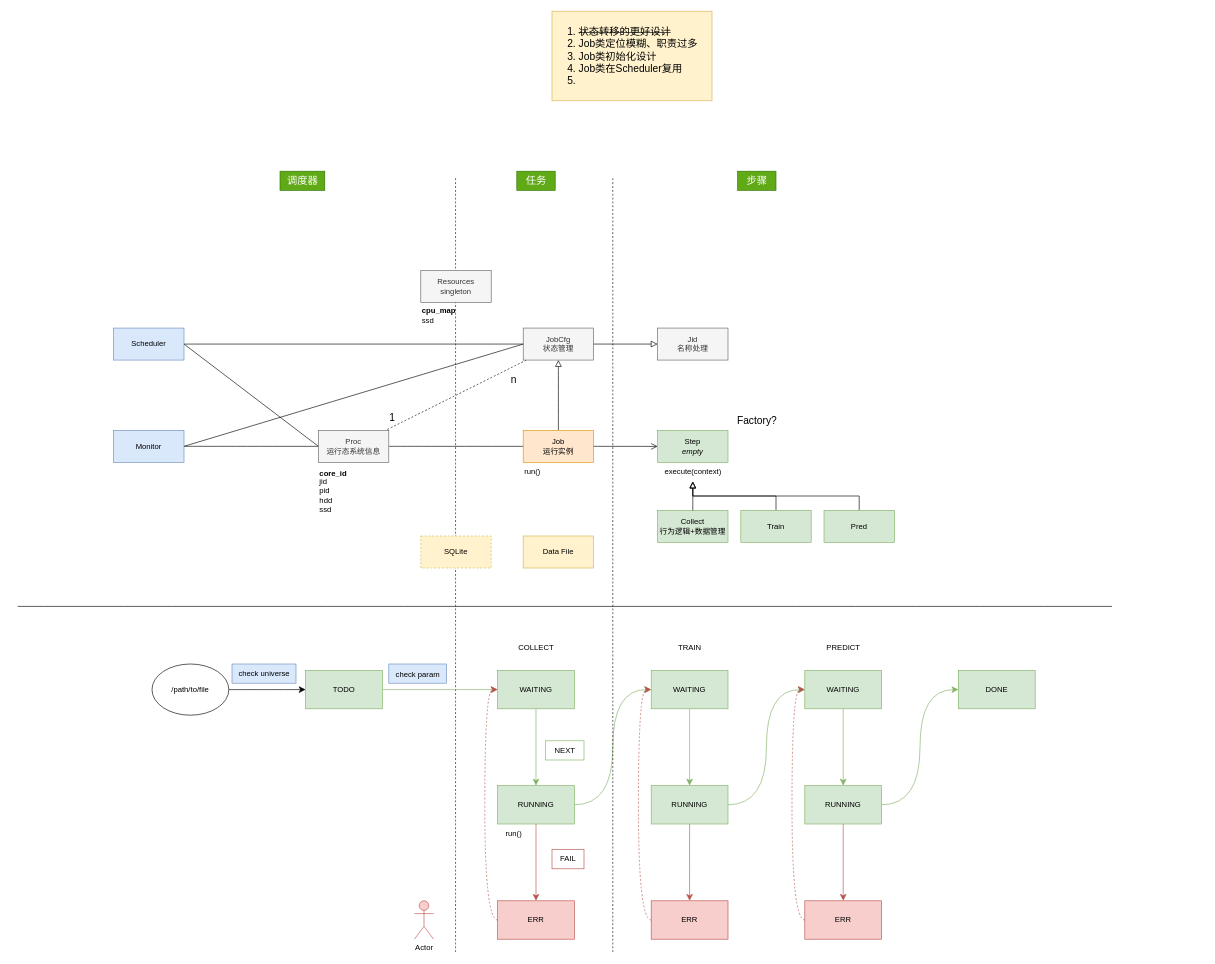
Above: practice.drawio in mistyeye11/drawio (draw.io), before the change. Source tidied: cells renumbered, new cells numbered last; positions are measured from the earlier drawing's top-left corner, leaving out a move shared by most shapes. Both pictures are drawn from the tidied source at 64%, with x=0, y=0 at pixel (17, 11).
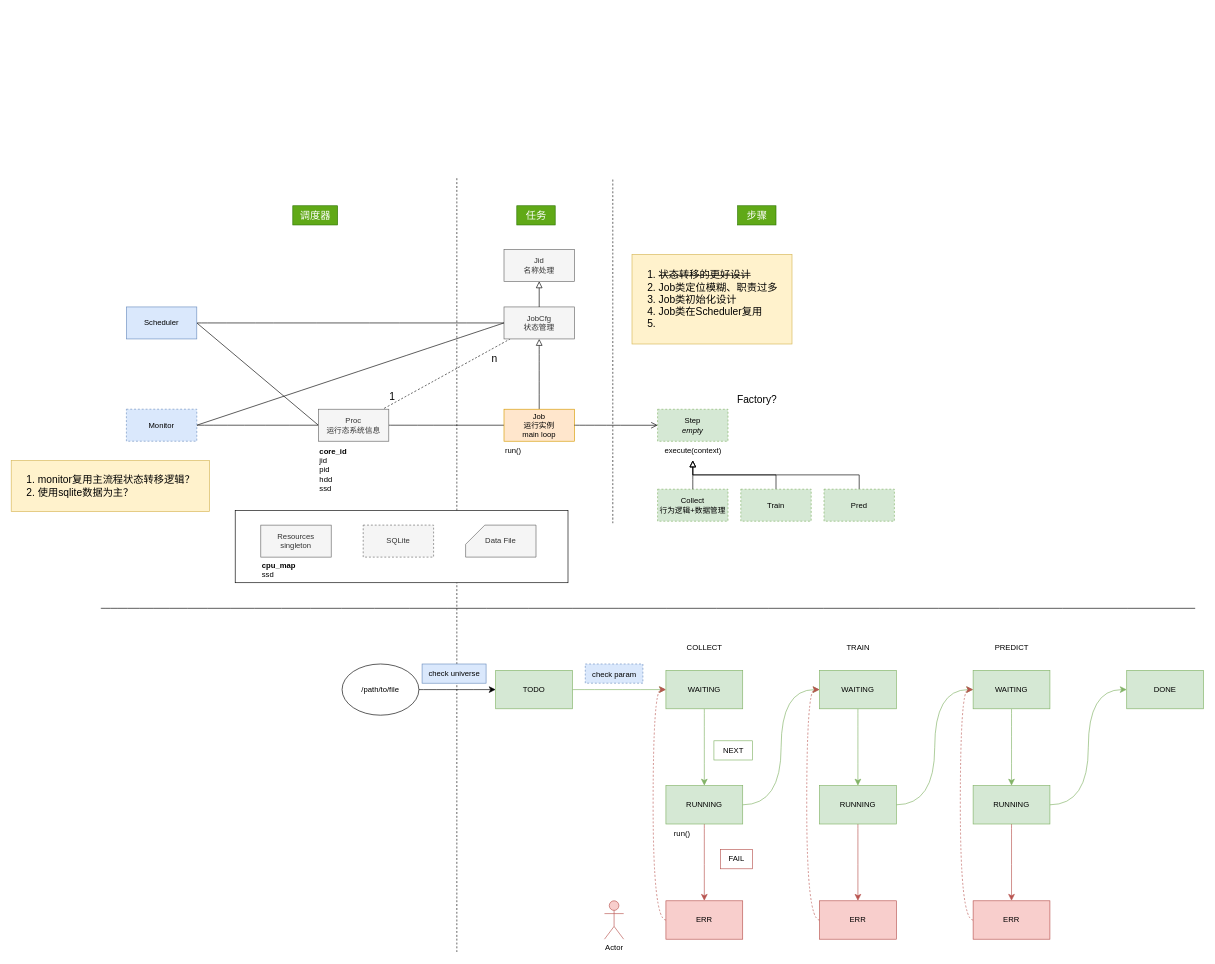
The same page after the edit.

What changed in the source:
```diff
@@
     <mxCell id="2" style="endArrow=none;dashed=1;html=1;rounded=0;fontSize=12;startSize=8;endSize=8;curved=1;" parent="1" edge="1">
       <mxGeometry relative="1" as="geometry">
-        <mxPoint x="684.3" y="1470" as="sourcePoint" />
-        <mxPoint x="684.3" y="260" as="targetPoint" />
+        <mxPoint x="686.3" y="1470" as="sourcePoint" />
+        <mxPoint x="686.3" y="260" as="targetPoint" />
       </mxGeometry>
     </mxCell>
@@
     <mxCell id="6" value="&lt;div&gt;JobCfg&lt;/div&gt;&lt;div&gt;状态管理&lt;/div&gt;" style="html=1;whiteSpace=wrap;fillColor=#f5f5f5;strokeColor=#666666;fontColor=#333333;" parent="1" vertex="1">
-      <mxGeometry x="790" y="495.1" width="110" height="50" as="geometry" />
+      <mxGeometry x="760" y="462.1" width="110" height="50" as="geometry" />
     </mxCell>
@@
     <mxCell id="8" value="&lt;div&gt;Jid&lt;/div&gt;&lt;div&gt;名称处理&lt;br&gt;&lt;/div&gt;" style="html=1;whiteSpace=wrap;fillColor=#f5f5f5;fontColor=#333333;strokeColor=#666666;" parent="1" vertex="1">
-      <mxGeometry x="1000" y="495.1" width="110" height="50" as="geometry" />
+      <mxGeometry x="760" y="372.1" width="110" height="50" as="geometry" />
     </mxCell>
@@
     <mxCell id="12" value="&lt;div&gt;Scheduler&lt;/div&gt;" style="html=1;whiteSpace=wrap;fillColor=#dae8fc;strokeColor=#6c8ebf;" parent="1" vertex="1">
-      <mxGeometry x="150" y="495.1" width="110" height="50" as="geometry" />
+      <mxGeometry x="170" y="462.1" width="110" height="50" as="geometry" />
     </mxCell>
@@
-    <mxCell id="14" value="Monitor" style="html=1;whiteSpace=wrap;fillColor=#dae8fc;strokeColor=#6c8ebf;" parent="1" vertex="1">
-      <mxGeometry x="150" y="654.9" width="110" height="50" as="geometry" />
+    <mxCell id="14" value="Monitor" style="html=1;whiteSpace=wrap;fillColor=#dae8fc;strokeColor=#6c8ebf;dashed=1;" parent="1" vertex="1">
+      <mxGeometry x="170" y="621.9" width="110" height="50" as="geometry" />
     </mxCell>
@@
     <mxCell id="16" value="TODO" style="rounded=0;whiteSpace=wrap;html=1;fillColor=#d5e8d4;strokeColor=#82b366;" parent="1" vertex="1">
-      <mxGeometry x="450" y="1030" width="120" height="60" as="geometry" />
+      <mxGeometry x="747" y="1030" width="120" height="60" as="geometry" />
     </mxCell>
@@
     <mxCell id="18" value="&lt;div&gt;WAITING&lt;/div&gt;" style="rounded=0;whiteSpace=wrap;html=1;fillColor=#d5e8d4;strokeColor=#82b366;" parent="1" vertex="1">
-      <mxGeometry x="750" y="1030" width="120" height="60" as="geometry" />
+      <mxGeometry x="1013" y="1030" width="120" height="60" as="geometry" />
     </mxCell>
@@
     <mxCell id="20" value="RUNNING" style="rounded=0;whiteSpace=wrap;html=1;fillColor=#d5e8d4;strokeColor=#82b366;" parent="1" vertex="1">
-      <mxGeometry x="750" y="1210" width="120" height="60" as="geometry" />
+      <mxGeometry x="1013" y="1210" width="120" height="60" as="geometry" />
     </mxCell>
@@
     <mxCell id="22" value="ERR" style="rounded=0;whiteSpace=wrap;html=1;fillColor=#f8cecc;strokeColor=#b85450;" parent="1" vertex="1">
-      <mxGeometry x="750" y="1390" width="120" height="60" as="geometry" />
+      <mxGeometry x="1013" y="1390" width="120" height="60" as="geometry" />
     </mxCell>
@@
     <mxCell id="24" value="&lt;div&gt;WAITING&lt;/div&gt;" style="rounded=0;whiteSpace=wrap;html=1;fillColor=#d5e8d4;strokeColor=#82b366;" parent="1" vertex="1">
-      <mxGeometry x="990" y="1030" width="120" height="60" as="geometry" />
+      <mxGeometry x="1253" y="1030" width="120" height="60" as="geometry" />
     </mxCell>
@@
     <mxCell id="26" value="&lt;div&gt;WAITING&lt;/div&gt;" style="rounded=0;whiteSpace=wrap;html=1;fillColor=#d5e8d4;strokeColor=#82b366;" parent="1" vertex="1">
-      <mxGeometry x="1230" y="1030" width="120" height="60" as="geometry" />
+      <mxGeometry x="1493" y="1030" width="120" height="60" as="geometry" />
     </mxCell>
     <mxCell id="27" value="DONE" style="rounded=0;whiteSpace=wrap;html=1;fillColor=#d5e8d4;strokeColor=#82b366;" parent="1" vertex="1">
-      <mxGeometry x="1470" y="1030" width="120" height="60" as="geometry" />
+      <mxGeometry x="1733" y="1030" width="120" height="60" as="geometry" />
     </mxCell>
@@
     <mxCell id="30" value="RUNNING" style="rounded=0;whiteSpace=wrap;html=1;fillColor=#d5e8d4;strokeColor=#82b366;" parent="1" vertex="1">
-      <mxGeometry x="990" y="1210" width="120" height="60" as="geometry" />
+      <mxGeometry x="1253" y="1210" width="120" height="60" as="geometry" />
     </mxCell>
@@
     <mxCell id="33" value="RUNNING" style="rounded=0;whiteSpace=wrap;html=1;fillColor=#d5e8d4;strokeColor=#82b366;" parent="1" vertex="1">
-      <mxGeometry x="1230" y="1210" width="120" height="60" as="geometry" />
+      <mxGeometry x="1493" y="1210" width="120" height="60" as="geometry" />
     </mxCell>
     <mxCell id="34" value="ERR" style="rounded=0;whiteSpace=wrap;html=1;fillColor=#f8cecc;strokeColor=#b85450;" parent="1" vertex="1">
-      <mxGeometry x="990" y="1390" width="120" height="60" as="geometry" />
+      <mxGeometry x="1253" y="1390" width="120" height="60" as="geometry" />
     </mxCell>
@@
     <mxCell id="36" value="ERR" style="rounded=0;whiteSpace=wrap;html=1;fillColor=#f8cecc;strokeColor=#b85450;" parent="1" vertex="1">
-      <mxGeometry x="1230" y="1390" width="120" height="60" as="geometry" />
+      <mxGeometry x="1493" y="1390" width="120" height="60" as="geometry" />
     </mxCell>
     <mxCell id="37" value="TRAIN" style="text;html=1;align=center;verticalAlign=middle;strokeColor=none;fillColor=none;fontSize=12;" parent="1" vertex="1">
-      <mxGeometry x="1020" y="980" width="60" height="30" as="geometry" />
+      <mxGeometry x="1283" y="980" width="60" height="30" as="geometry" />
     </mxCell>
     <mxCell id="38" value="COLLECT" style="text;html=1;align=center;verticalAlign=middle;strokeColor=none;fillColor=none;fontSize=12;" parent="1" vertex="1">
-      <mxGeometry x="770" y="980" width="80" height="30" as="geometry" />
+      <mxGeometry x="1033" y="980" width="80" height="30" as="geometry" />
     </mxCell>
     <mxCell id="39" value="PREDICT" style="text;html=1;align=center;verticalAlign=middle;strokeColor=none;fillColor=none;fontSize=12;" parent="1" vertex="1">
-      <mxGeometry x="1250" y="980" width="80" height="30" as="geometry" />
+      <mxGeometry x="1513" y="980" width="80" height="30" as="geometry" />
     </mxCell>
-    <mxCell id="40" value="&lt;font style=&quot;font-size: 12px;&quot;&gt;check param&lt;br&gt;&lt;/font&gt;" style="text;html=1;align=center;verticalAlign=middle;strokeColor=#6c8ebf;fillColor=#dae8fc;fontSize=16;" parent="1" vertex="1">
-      <mxGeometry x="580" y="1020" width="90" height="30" as="geometry" />
+    <mxCell id="40" value="&lt;font style=&quot;font-size: 12px;&quot;&gt;check param&lt;br&gt;&lt;/font&gt;" style="text;html=1;align=center;verticalAlign=middle;strokeColor=#6c8ebf;fillColor=#dae8fc;fontSize=16;dashed=1;" parent="1" vertex="1">
+      <mxGeometry x="887" y="1020" width="90" height="30" as="geometry" />
     </mxCell>
@@
     <mxCell id="42" value="/path/to/file" style="ellipse;whiteSpace=wrap;html=1;" parent="1" vertex="1">
-      <mxGeometry x="210" y="1020" width="120" height="80" as="geometry" />
+      <mxGeometry x="507" y="1020" width="120" height="80" as="geometry" />
     </mxCell>
     <mxCell id="43" value="check universe" style="text;html=1;align=center;verticalAlign=middle;fontSize=12;fillColor=#dae8fc;strokeColor=#6c8ebf;" parent="1" vertex="1">
-      <mxGeometry x="335" y="1020" width="100" height="30" as="geometry" />
+      <mxGeometry x="632" y="1020" width="100" height="30" as="geometry" />
     </mxCell>
     <mxCell id="44" value="Actor" style="shape=umlActor;verticalLabelPosition=bottom;verticalAlign=top;html=1;fillColor=#f8cecc;strokeColor=#b85450;" parent="1" vertex="1">
-      <mxGeometry x="620" y="1390" width="30" height="60" as="geometry" />
+      <mxGeometry x="917" y="1390" width="30" height="60" as="geometry" />
     </mxCell>
@@
     <mxCell id="47" value="&lt;div align=&quot;left&quot;&gt;&lt;ol&gt;&lt;li&gt;&lt;strike&gt;状态转移的更好设计&lt;/strike&gt;&lt;/li&gt;&lt;li&gt;Job类定位模糊、职责过多&lt;/li&gt;&lt;li&gt;Job类初始化设计&lt;br&gt;&lt;/li&gt;&lt;li&gt;Job类在Scheduler复用&lt;/li&gt;&lt;li&gt;&lt;br&gt;&lt;/li&gt;&lt;/ol&gt;&lt;/div&gt;" style="text;html=1;align=left;verticalAlign=middle;strokeColor=#d6b656;fillColor=#fff2cc;fontSize=16;" parent="1" vertex="1">
-      <mxGeometry x="835" width="250" height="140" as="geometry" />
+      <mxGeometry x="960" y="380" width="250" height="140" as="geometry" />
     </mxCell>
     <mxCell id="48" value="调度器" style="text;html=1;align=center;verticalAlign=middle;strokeColor=#2D7600;fillColor=#60a917;fontSize=16;fontColor=#ffffff;" parent="1" vertex="1">
-      <mxGeometry x="410" y="250" width="70" height="30" as="geometry" />
+      <mxGeometry x="430" y="304" width="70" height="30" as="geometry" />
     </mxCell>
     <mxCell id="49" value="任务" style="text;html=1;align=center;verticalAlign=middle;strokeColor=#2D7600;fillColor=#60a917;fontSize=16;fontColor=#ffffff;" parent="1" vertex="1">
-      <mxGeometry x="780" y="250" width="60" height="30" as="geometry" />
+      <mxGeometry x="780" y="304" width="60" height="30" as="geometry" />
     </mxCell>
-    <mxCell id="50" style="group;" parent="1" vertex="1">
-      <mxGeometry x="630" y="405.1" width="110" height="90" as="geometry" />
-    </mxCell>
-    <mxCell id="51" value="Resources&lt;br&gt;&lt;div&gt;singleton&lt;br&gt;&lt;/div&gt;" style="html=1;whiteSpace=wrap;fillColor=#f5f5f5;strokeColor=#666666;fontColor=#333333;" parent="50" vertex="1">
-      <mxGeometry width="110" height="50" as="geometry" />
-    </mxCell>
-    <mxCell id="52" value="&lt;div style=&quot;font-size: 12px;&quot;&gt;&lt;b&gt;cpu_map&lt;/b&gt;&lt;/div&gt;&lt;div style=&quot;font-size: 12px;&quot;&gt;ssd&lt;br style=&quot;font-size: 12px;&quot;&gt;&lt;/div&gt;" style="text;html=1;align=left;verticalAlign=middle;strokeColor=none;fillColor=none;fontSize=12;" parent="50" vertex="1">
-      <mxGeometry y="50" width="80" height="40" as="geometry" />
-    </mxCell>
     <mxCell id="53" style="group;" parent="1" vertex="1">
-      <mxGeometry x="470" y="654.9" width="110" height="140" as="geometry" />
+      <mxGeometry x="470" y="621.9" width="110" height="140" as="geometry" />
     </mxCell>
@@
     <mxCell id="56" style="group;" parent="1" vertex="1">
-      <mxGeometry x="790" y="654.9" width="110" height="80" as="geometry" />
+      <mxGeometry x="760" y="621.9" width="110" height="80" as="geometry" />
     </mxCell>
-    <mxCell id="57" value="&lt;div&gt;Job&lt;/div&gt;&lt;div&gt;运行实例&lt;br&gt;&lt;/div&gt;" style="html=1;whiteSpace=wrap;fillColor=#ffe6cc;strokeColor=#d79b00;" parent="56" vertex="1">
+    <mxCell id="57" value="&lt;div&gt;Job&lt;/div&gt;&lt;div&gt;运行实例&lt;/div&gt;&lt;div&gt;main loop&lt;br&gt;&lt;/div&gt;" style="html=1;whiteSpace=wrap;fillColor=#ffe6cc;strokeColor=#d79b00;" parent="56" vertex="1">
       <mxGeometry width="110" height="50" as="geometry" />
     </mxCell>
@@
     <mxCell id="59" value="NEXT" style="text;html=1;align=center;verticalAlign=middle;strokeColor=#82b366;fillColor=none;fontSize=12;" parent="1" vertex="1">
-      <mxGeometry x="825" y="1140" width="60" height="30" as="geometry" />
+      <mxGeometry x="1088" y="1140" width="60" height="30" as="geometry" />
     </mxCell>
     <mxCell id="60" value="FAIL" style="text;html=1;align=center;verticalAlign=middle;strokeColor=#b85450;fillColor=none;fontSize=12;" parent="1" vertex="1">
-      <mxGeometry x="835" y="1310" width="50" height="30" as="geometry" />
+      <mxGeometry x="1098" y="1310" width="50" height="30" as="geometry" />
     </mxCell>
     <mxCell id="61" value="run()" style="text;html=1;align=center;verticalAlign=middle;strokeColor=none;fillColor=none;fontSize=12;" parent="1" vertex="1">
-      <mxGeometry x="750" y="1270" width="50" height="30" as="geometry" />
+      <mxGeometry x="1013" y="1270" width="50" height="30" as="geometry" />
     </mxCell>
-    <mxCell id="62" value="Data File" style="html=1;whiteSpace=wrap;fillColor=#fff2cc;strokeColor=#d6b656;" parent="1" vertex="1">
-      <mxGeometry x="790" y="820" width="110" height="50" as="geometry" />
-    </mxCell>
-    <mxCell id="63" value="SQLite" style="html=1;whiteSpace=wrap;fillColor=#fff2cc;strokeColor=#d6b656;dashed=1;" parent="1" vertex="1">
-      <mxGeometry x="630" y="820" width="110" height="50" as="geometry" />
-    </mxCell>
     <mxCell id="64" value="1" style="text;html=1;align=center;verticalAlign=middle;strokeColor=none;fillColor=none;fontSize=16;" parent="1" vertex="1">
-      <mxGeometry x="570" y="620" width="30" height="30" as="geometry" />
+      <mxGeometry x="570" y="587" width="30" height="30" as="geometry" />
     </mxCell>
     <mxCell id="65" value="n" style="text;html=1;align=center;verticalAlign=middle;strokeColor=none;fillColor=none;fontSize=16;" parent="1" vertex="1">
-      <mxGeometry x="760" y="560" width="30" height="30" as="geometry" />
+      <mxGeometry x="730" y="527" width="30" height="30" as="geometry" />
     </mxCell>
     <mxCell id="66" style="endArrow=none;html=1;rounded=0;fontSize=12;startSize=8;endSize=8;curved=1;" parent="1" edge="1">
       <mxGeometry relative="1" as="geometry">
-        <mxPoint y="930" as="sourcePoint" />
-        <mxPoint x="1710" y="930" as="targetPoint" />
+        <mxPoint x="130" y="933" as="sourcePoint" />
+        <mxPoint x="1840" y="933" as="targetPoint" />
       </mxGeometry>
     </mxCell>
-    <mxCell id="67" style="group;" parent="1" vertex="1">
-      <mxGeometry x="1000" y="655" width="110" height="80" as="geometry" />
+    <mxCell id="67" style="group;dashed=1;" parent="1" vertex="1">
+      <mxGeometry x="1000" y="622" width="110" height="80" as="geometry" />
     </mxCell>
-    <mxCell id="68" value="&lt;div&gt;Step&lt;/div&gt;&lt;div&gt;&lt;i&gt;empty&lt;/i&gt;&lt;/div&gt;" style="html=1;whiteSpace=wrap;fillColor=#d5e8d4;strokeColor=#82b366;" parent="67" vertex="1">
+    <mxCell id="68" value="&lt;div&gt;Step&lt;/div&gt;&lt;div&gt;&lt;i&gt;empty&lt;/i&gt;&lt;/div&gt;" style="html=1;whiteSpace=wrap;fillColor=#d5e8d4;strokeColor=#82b366;dashed=1;" parent="67" vertex="1">
       <mxGeometry width="110" height="50" as="geometry" />
     </mxCell>
@@
-    <mxCell id="70" value="&lt;div&gt;Collect&lt;/div&gt;&lt;div&gt;行为逻辑+数据管理&lt;br&gt;&lt;/div&gt;" style="html=1;whiteSpace=wrap;fillColor=#d5e8d4;strokeColor=#82b366;" parent="1" vertex="1">
-      <mxGeometry x="1000" y="779.9" width="110" height="50" as="geometry" />
+    <mxCell id="70" value="&lt;div&gt;Collect&lt;/div&gt;&lt;div&gt;行为逻辑+数据管理&lt;br&gt;&lt;/div&gt;" style="html=1;whiteSpace=wrap;fillColor=#d5e8d4;strokeColor=#82b366;dashed=1;" parent="1" vertex="1">
+      <mxGeometry x="1000" y="746.9" width="110" height="50" as="geometry" />
     </mxCell>
@@
-    <mxCell id="72" value="Train" style="html=1;whiteSpace=wrap;fillColor=#d5e8d4;strokeColor=#82b366;" parent="1" vertex="1">
-      <mxGeometry x="1130" y="779.9" width="110" height="50" as="geometry" />
+    <mxCell id="72" value="Train" style="html=1;whiteSpace=wrap;fillColor=#d5e8d4;strokeColor=#82b366;dashed=1;" parent="1" vertex="1">
+      <mxGeometry x="1130" y="746.9" width="110" height="50" as="geometry" />
     </mxCell>
@@
-    <mxCell id="74" value="Pred" style="html=1;whiteSpace=wrap;fillColor=#d5e8d4;strokeColor=#82b366;" parent="1" vertex="1">
-      <mxGeometry x="1260" y="779.9" width="110" height="50" as="geometry" />
+    <mxCell id="74" value="Pred" style="html=1;whiteSpace=wrap;fillColor=#d5e8d4;strokeColor=#82b366;dashed=1;" parent="1" vertex="1">
+      <mxGeometry x="1260" y="746.9" width="110" height="50" as="geometry" />
     </mxCell>
@@
     <mxCell id="76" value="&lt;div&gt;Factory?&lt;/div&gt;" style="text;html=1;align=center;verticalAlign=middle;strokeColor=none;fillColor=none;fontSize=16;" parent="1" vertex="1">
-      <mxGeometry x="1110" y="625" width="90" height="30" as="geometry" />
+      <mxGeometry x="1110" y="592" width="90" height="30" as="geometry" />
     </mxCell>
     <mxCell id="77" style="endArrow=none;dashed=1;html=1;rounded=0;fontSize=12;startSize=8;endSize=8;curved=1;" parent="1" edge="1">
       <mxGeometry relative="1" as="geometry">
-        <mxPoint x="930" y="1470" as="sourcePoint" />
+        <mxPoint x="930" y="800" as="sourcePoint" />
         <mxPoint x="930" y="260" as="targetPoint" />
       </mxGeometry>
     </mxCell>
@@
     <mxCell id="79" value="步骤" style="text;html=1;align=center;verticalAlign=middle;strokeColor=#2D7600;fillColor=#60a917;fontSize=16;fontColor=#ffffff;" parent="1" vertex="1">
-      <mxGeometry x="1125" y="250" width="60" height="30" as="geometry" />
+      <mxGeometry x="1125" y="304" width="60" height="30" as="geometry" />
     </mxCell>
+    <mxCell id="80" style="group;" parent="1" vertex="1">
+      <mxGeometry x="340" y="780" width="520" height="113" as="geometry" />
+    </mxCell>
+    <mxCell id="81" style="rounded=0;whiteSpace=wrap;html=1;" parent="80" vertex="1">
+      <mxGeometry width="520" height="113" as="geometry" />
+    </mxCell>
+    <mxCell id="50" style="group;" parent="80" vertex="1">
+      <mxGeometry x="40" y="23" width="110" height="90" as="geometry" />
+    </mxCell>
+    <mxCell id="51" value="Resources&lt;br&gt;&lt;div&gt;singleton&lt;br&gt;&lt;/div&gt;" style="html=1;whiteSpace=wrap;fillColor=#f5f5f5;strokeColor=#666666;fontColor=#333333;" parent="50" vertex="1">
+      <mxGeometry width="110" height="50" as="geometry" />
+    </mxCell>
+    <mxCell id="52" value="&lt;div style=&quot;font-size: 12px;&quot;&gt;&lt;b&gt;cpu_map&lt;/b&gt;&lt;/div&gt;&lt;div style=&quot;font-size: 12px;&quot;&gt;ssd&lt;br style=&quot;font-size: 12px;&quot;&gt;&lt;/div&gt;" style="text;html=1;align=left;verticalAlign=middle;strokeColor=none;fillColor=none;fontSize=12;" parent="50" vertex="1">
+      <mxGeometry y="50" width="80" height="40" as="geometry" />
+    </mxCell>
+    <mxCell id="62" value="Data File" style="html=1;whiteSpace=wrap;fillColor=#f5f5f5;strokeColor=#666666;shape=card;fontColor=#333333;" parent="80" vertex="1">
+      <mxGeometry x="360" y="23" width="110" height="50" as="geometry" />
+    </mxCell>
+    <mxCell id="63" value="SQLite" style="html=1;whiteSpace=wrap;fillColor=#f5f5f5;strokeColor=#666666;dashed=1;fontColor=#333333;" parent="80" vertex="1">
+      <mxGeometry x="200" y="23" width="110" height="50" as="geometry" />
+    </mxCell>
+    <mxCell id="82" value="&lt;ol&gt;&lt;li&gt;monitor复用主流程状态转移逻辑？&lt;/li&gt;&lt;li&gt;使用sqlite数据为主？&lt;br&gt;&lt;/li&gt;&lt;/ol&gt;" style="text;html=1;align=left;verticalAlign=middle;strokeColor=#d6b656;fillColor=#fff2cc;fontSize=16;" parent="1" vertex="1">
+      <mxGeometry x="-10" y="702" width="310" height="80" as="geometry" />
+    </mxCell>
```
